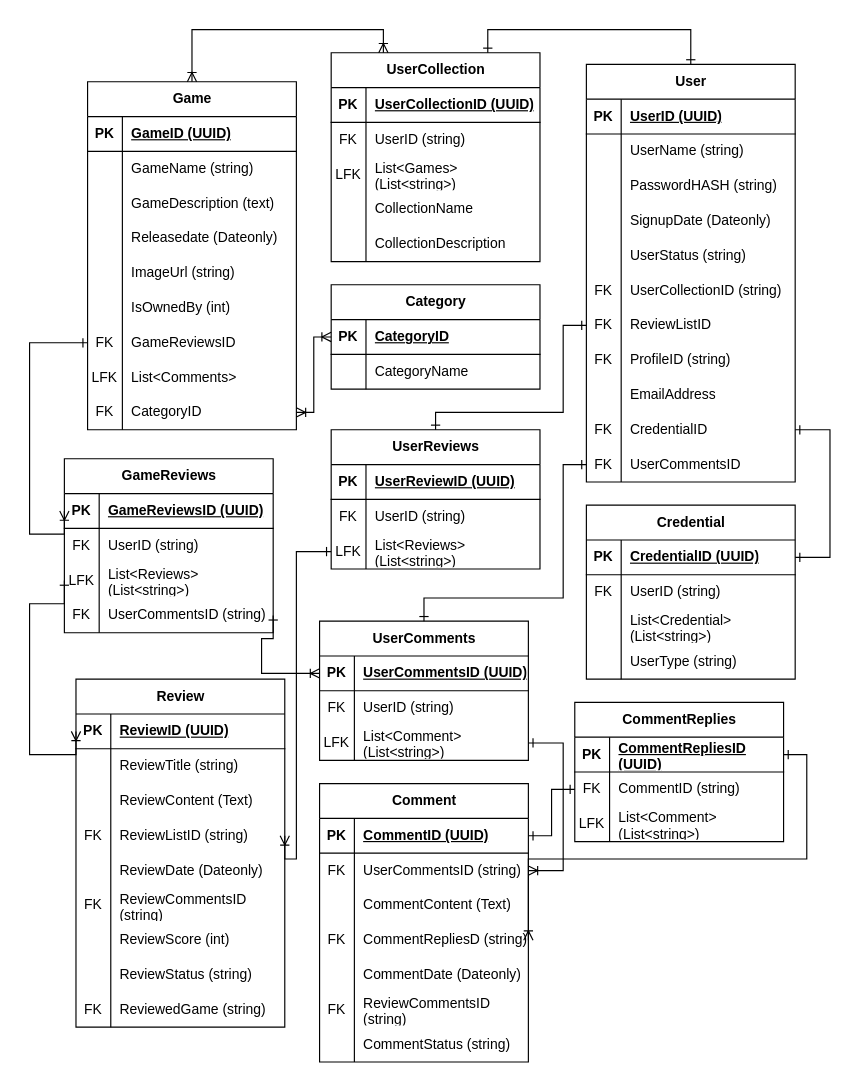
kivikangur-tthk/M-TARpe24-Hajusrakendused keeps this draw.io diagram as games-demo-project/GameDB expanded.drawio. Above is the earlier version. Source tidied: cells renumbered, new cells numbered last; positions are measured from the earlier drawing's top-left corner, leaving out a move shared by most shapes. Both pictures are drawn from the tidied source at 116%, with x=0, y=0 at pixel (29, 29).
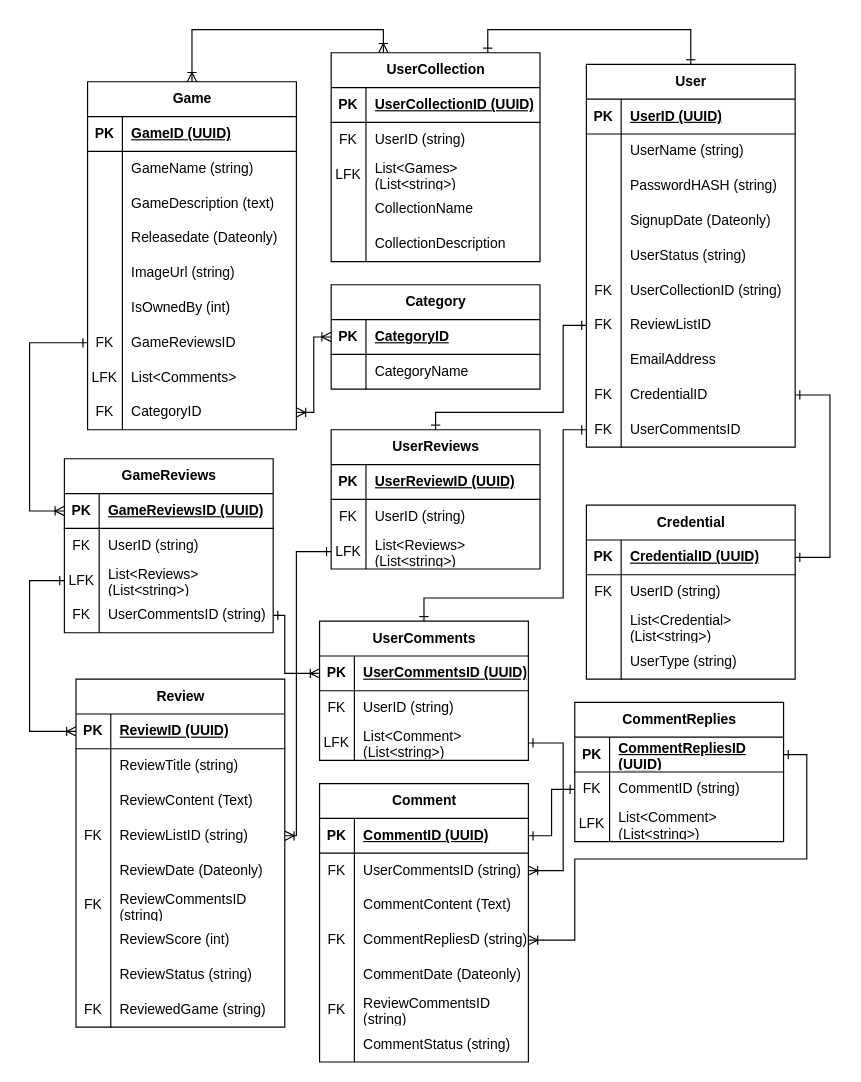
Above is the later version.

The change refers to these unchanged cells:
```xml
<mxCell id="21" style="shape=tableRow;horizontal=0;startSize=0;swimlaneHead=0;swimlaneBody=0;fillColor=none;points=[[0,0.5],[1,0.5]];portConstraint=eastwest;top=0;left=0;right=0;bottom=0;" parent="2" vertex="1">
  <mxGeometry y="210" width="180" height="30" as="geometry" />
</mxCell>
<mxCell id="83" style="shape=tableRow;horizontal=0;startSize=0;swimlaneHead=0;swimlaneBody=0;fillColor=none;points=[[0,0.5],[1,0.5]];portConstraint=eastwest;top=0;left=0;right=0;bottom=1;" parent="82" vertex="1">
  <mxGeometry y="30" width="180" height="30" as="geometry" />
</mxCell>
<mxCell id="92" style="shape=tableRow;horizontal=0;startSize=0;swimlaneHead=0;swimlaneBody=0;fillColor=none;points=[[0,0.5],[1,0.5]];portConstraint=eastwest;top=0;left=0;right=0;bottom=0;" parent="82" vertex="1">
  <mxGeometry y="120" width="180" height="30" as="geometry" />
</mxCell>
<mxCell id="117" style="shape=tableRow;horizontal=0;startSize=0;swimlaneHead=0;swimlaneBody=0;fillColor=none;points=[[0,0.5],[1,0.5]];portConstraint=eastwest;top=0;left=0;right=0;bottom=0;" parent="110" vertex="1">
  <mxGeometry y="90" width="180" height="30" as="geometry" />
</mxCell>
<mxCell id="131" style="shape=tableRow;horizontal=0;startSize=0;swimlaneHead=0;swimlaneBody=0;fillColor=none;points=[[0,0.5],[1,0.5]];portConstraint=eastwest;top=0;left=0;right=0;bottom=1;" parent="130" vertex="1">
  <mxGeometry y="30" width="180" height="30" as="geometry" />
</mxCell>
<mxCell id="145" style="shape=tableRow;horizontal=0;startSize=0;swimlaneHead=0;swimlaneBody=0;fillColor=none;points=[[0,0.5],[1,0.5]];portConstraint=eastwest;top=0;left=0;right=0;bottom=1;" parent="144" vertex="1">
  <mxGeometry y="30" width="180" height="30" as="geometry" />
</mxCell>
<mxCell id="151" style="shape=tableRow;horizontal=0;startSize=0;swimlaneHead=0;swimlaneBody=0;fillColor=none;points=[[0,0.5],[1,0.5]];portConstraint=eastwest;top=0;left=0;right=0;bottom=0;" parent="144" vertex="1">
  <mxGeometry y="90" width="180" height="30" as="geometry" />
</mxCell>
<mxCell id="154" style="shape=tableRow;horizontal=0;startSize=0;swimlaneHead=0;swimlaneBody=0;fillColor=none;points=[[0,0.5],[1,0.5]];portConstraint=eastwest;top=0;left=0;right=0;bottom=0;" parent="144" vertex="1">
  <mxGeometry y="120" width="180" height="30" as="geometry" />
</mxCell>
<mxCell id="167" style="shape=tableRow;horizontal=0;startSize=0;swimlaneHead=0;swimlaneBody=0;fillColor=none;points=[[0,0.5],[1,0.5]];portConstraint=eastwest;top=0;left=0;right=0;bottom=0;" parent="157" vertex="1">
  <mxGeometry y="120" width="180" height="30" as="geometry" />
</mxCell>
<mxCell id="180" style="shape=tableRow;horizontal=0;startSize=0;swimlaneHead=0;swimlaneBody=0;fillColor=none;points=[[0,0.5],[1,0.5]];portConstraint=eastwest;top=0;left=0;right=0;bottom=1;" parent="179" vertex="1">
  <mxGeometry y="30" width="180" height="30" as="geometry" />
</mxCell>
<mxCell id="191" value="UserComments" style="shape=table;startSize=30;childLayout=tableLayout;rowLines=0;fontStyle=1;align=center;html=1;fillColor=light-dark(#FFFFFF,#009999);" parent="1" vertex="1">
  <mxGeometry x="250" y="510" width="180" height="120" as="geometry" />
</mxCell>
<mxCell id="192" style="shape=tableRow;horizontal=0;startSize=0;swimlaneHead=0;swimlaneBody=0;fillColor=none;points=[[0,0.5],[1,0.5]];portConstraint=eastwest;top=0;left=0;right=0;bottom=1;" parent="191" vertex="1">
  <mxGeometry y="30" width="180" height="30" as="geometry" />
</mxCell>
```

Diff of the diagram source:
```diff
@@
     <mxCell id="30" value="User" style="shape=table;startSize=30;childLayout=tableLayout;rowLines=0;fontStyle=1;align=center;html=1;fillColor=light-dark(#FFFFFF,#990099);" parent="1" vertex="1">
-      <mxGeometry x="480" y="30" width="180" height="360" as="geometry" />
+      <mxGeometry x="480" y="30" width="180" height="330" as="geometry" />
     </mxCell>
@@
-    <mxCell id="52" style="shape=tableRow;horizontal=0;startSize=0;swimlaneHead=0;swimlaneBody=0;fillColor=none;top=0;left=0;right=0;bottom=0;" parent="30" vertex="1">
-      <mxGeometry y="240" width="180" height="30" as="geometry" />
-    </mxCell>
-    <mxCell id="53" value="FK" style="shape=partialRectangle;fillColor=none;top=0;left=0;bottom=0;right=0;overflow=hidden;whiteSpace=wrap;html=1;" parent="52" vertex="1">
-      <mxGeometry width="30" height="30" as="geometry" />
-    </mxCell>
-    <mxCell id="54" value="ProfileID (string)" style="shape=partialRectangle;fillColor=none;top=0;left=0;bottom=0;right=0;align=left;spacingLeft=6;overflow=hidden;whiteSpace=wrap;html=1;" parent="52" vertex="1">
-      <mxGeometry x="30" width="150" height="30" as="geometry" />
-    </mxCell>
     <mxCell id="55" style="shape=tableRow;horizontal=0;startSize=0;swimlaneHead=0;swimlaneBody=0;fillColor=none;top=0;left=0;right=0;bottom=0;" parent="30" vertex="1">
-      <mxGeometry y="270" width="180" height="30" as="geometry" />
+      <mxGeometry y="240" width="180" height="30" as="geometry" />
     </mxCell>
@@
     <mxCell id="58" style="shape=tableRow;horizontal=0;startSize=0;swimlaneHead=0;swimlaneBody=0;fillColor=none;points=[[0,0.5],[1,0.5]];portConstraint=eastwest;top=0;left=0;right=0;bottom=0;" parent="30" vertex="1">
-      <mxGeometry y="300" width="180" height="30" as="geometry" />
+      <mxGeometry y="270" width="180" height="30" as="geometry" />
     </mxCell>
@@
     <mxCell id="61" style="shape=tableRow;horizontal=0;startSize=0;swimlaneHead=0;swimlaneBody=0;fillColor=none;points=[[0,0.5],[1,0.5]];portConstraint=eastwest;top=0;left=0;right=0;bottom=0;" parent="30" vertex="1">
-      <mxGeometry y="330" width="180" height="30" as="geometry" />
+      <mxGeometry y="300" width="180" height="30" as="geometry" />
     </mxCell>
@@
     <mxCell id="121" style="edgeStyle=orthogonalEdgeStyle;fontSize=12;html=1;endArrow=ERone;startArrow=ERoneToMany;rounded=0;entryX=0;entryY=0.5;entryDx=0;entryDy=0;exitX=1;exitY=0.5;exitDx=0;exitDy=0;startFill=0;endFill=0;" parent="1" edge="1" source="92" target="117">
-      <mxGeometry relative="1" as="geometry">
+      <mxGeometry x="-0.14" relative="1" as="geometry">
         <Array as="points">
-          <mxPoint x="230" y="715" />
+          <mxPoint x="230" y="695" />
           <mxPoint x="230" y="450" />
         </Array>
       </mxGeometry>
     </mxCell>
@@
     <mxCell id="143" style="edgeStyle=orthogonalEdgeStyle;rounded=0;jettySize=auto;html=1;exitX=1;exitY=0.5;exitDx=0;exitDy=0;entryX=1;entryY=0.5;entryDx=0;entryDy=0;startArrow=ERone;startFill=0;endArrow=ERone;endFill=0;" parent="1" edge="1" source="58" target="131">
       <mxGeometry relative="1" as="geometry">
         <Array as="points">
-          <mxPoint x="690" y="345" />
-          <mxPoint x="690" y="455" />
+          <mxPoint x="690" y="314.7" />
+          <mxPoint x="690" y="454.7" />
         </Array>
       </mxGeometry>
     </mxCell>
@@
     <mxCell id="190" style="edgeStyle=orthogonalEdgeStyle;fontSize=12;html=1;endArrow=ERone;startArrow=ERoneToMany;rounded=0;entryX=1;entryY=0.5;entryDx=0;entryDy=0;exitX=1;exitY=0.5;exitDx=0;exitDy=0;startFill=0;endFill=0;" parent="1" edge="1" source="167" target="180">
       <mxGeometry x="-0.13" relative="1" as="geometry">
         <Array as="points">
-          <mxPoint x="430" y="715" />
+          <mxPoint x="470" y="785" />
+          <mxPoint x="470" y="715" />
           <mxPoint x="670" y="715" />
           <mxPoint x="670" y="625" />
         </Array>
       </mxGeometry>
     </mxCell>
@@
     <mxCell id="202" style="edgeStyle=orthogonalEdgeStyle;fontSize=12;html=1;endArrow=ERone;startArrow=ERone;rounded=0;exitX=0.5;exitY=0;exitDx=0;exitDy=0;startFill=0;endFill=0;entryX=0;entryY=0.5;entryDx=0;entryDy=0;" parent="1" edge="1" source="191" target="61">
       <mxGeometry x="-0.13" relative="1" as="geometry">
         <Array as="points">
           <mxPoint x="340" y="490" />
           <mxPoint x="460" y="490" />
-          <mxPoint x="460" y="375" />
+          <mxPoint x="460" y="345" />
         </Array>
       </mxGeometry>
     </mxCell>
     <mxCell id="203" style="edgeStyle=orthogonalEdgeStyle;fontSize=12;html=1;endArrow=ERone;startArrow=ERoneToMany;rounded=0;entryX=0;entryY=0.5;entryDx=0;entryDy=0;exitX=0;exitY=0.5;exitDx=0;exitDy=0;startFill=0;endFill=0;" parent="1" edge="1" source="145" target="21">
-      <mxGeometry x="-0.01" relative="1" as="geometry">
+      <mxGeometry x="-0.19" relative="1" as="geometry">
         <Array as="points">
-          <mxPoint x="30" y="435" />
-          <mxPoint y="435" />
+          <mxPoint y="415" />
           <mxPoint y="270" />
         </Array>
       </mxGeometry>
     </mxCell>
     <mxCell id="204" style="edgeStyle=orthogonalEdgeStyle;fontSize=12;html=1;endArrow=ERone;startArrow=ERoneToMany;rounded=0;entryX=0;entryY=0.5;entryDx=0;entryDy=0;exitX=0;exitY=0.5;exitDx=0;exitDy=0;startFill=0;endFill=0;" parent="1" edge="1" source="83" target="151">
-      <mxGeometry x="0.07" relative="1" as="geometry">
+      <mxGeometry x="-0.12" relative="1" as="geometry">
         <Array as="points">
-          <mxPoint x="40" y="625" />
-          <mxPoint y="625" />
-          <mxPoint y="495" />
-          <mxPoint x="30" y="495" />
+          <mxPoint y="605" />
+          <mxPoint y="475" />
         </Array>
       </mxGeometry>
     </mxCell>
     <mxCell id="205" style="edgeStyle=orthogonalEdgeStyle;fontSize=12;html=1;endArrow=ERone;startArrow=ERoneToMany;rounded=0;entryX=1;entryY=0.5;entryDx=0;entryDy=0;exitX=0;exitY=0.5;exitDx=0;exitDy=0;startFill=0;endFill=0;" parent="1" edge="1" source="192" target="154">
       <mxGeometry x="-0.26" relative="1" as="geometry">
         <Array as="points">
-          <mxPoint x="200" y="555" />
-          <mxPoint x="200" y="525" />
+          <mxPoint x="220" y="555" />
+          <mxPoint x="220" y="505" />
         </Array>
       </mxGeometry>
     </mxCell>
```
